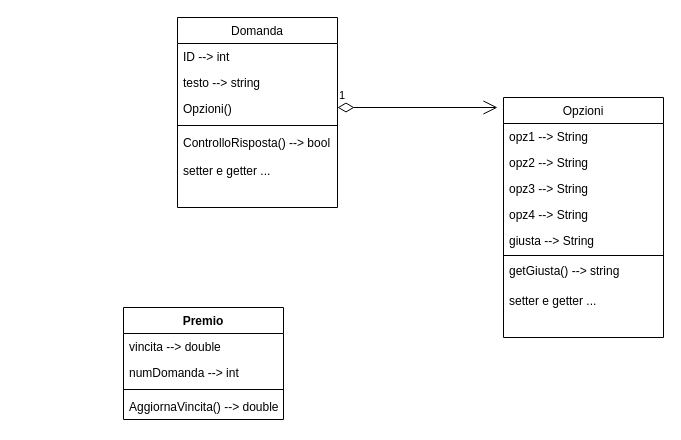
The draw.io diagram Diagramma delle classi.drawio in FilloCaprari/Progetto-Info, before the edit. Source tidied: cells renumbered, new cells numbered last; positions are measured from the earlier drawing's top-left corner, leaving out a move shared by most shapes. Both pictures are drawn from the tidied source at 100%, with x=0, y=0 at pixel (123, 17).
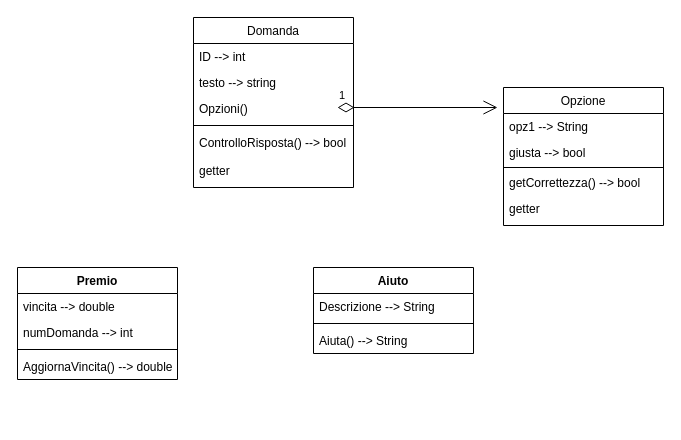
Above is the later version.

Commit message:
UPD Aggiornato e corretto il diagramma delle classi

Change to the diagram source:
```diff
@@
     <mxCell id="2" value="Domanda" style="swimlane;fontStyle=0;align=center;verticalAlign=top;horizontal=1;startSize=26;rounded=0;shadow=0;strokeWidth=1;" parent="1" vertex="1">
-      <mxGeometry x="54" width="160" height="190" as="geometry" />
+      <mxGeometry x="70" width="160" height="170" as="geometry" />
     </mxCell>
@@
-    <mxCell id="8" value="setter e getter ..." style="text;align=left;verticalAlign=top;spacingLeft=4;spacingRight=4;overflow=hidden;" parent="2" vertex="1">
+    <mxCell id="8" value="getter" style="text;align=left;verticalAlign=top;spacingLeft=4;spacingRight=4;overflow=hidden;" parent="2" vertex="1">
       <mxGeometry y="140" width="160" height="30" as="geometry" />
     </mxCell>
-    <mxCell id="9" value="Opzioni" style="swimlane;fontStyle=0;align=center;verticalAlign=top;horizontal=1;startSize=26;rounded=0;shadow=0;strokeWidth=1;" parent="1" vertex="1">
-      <mxGeometry x="380" y="80" width="160" height="240" as="geometry" />
+    <mxCell id="9" value="Opzione" style="swimlane;fontStyle=0;align=center;verticalAlign=top;horizontal=1;startSize=26;rounded=0;shadow=0;strokeWidth=1;" parent="1" vertex="1">
+      <mxGeometry x="380" y="70" width="160" height="138" as="geometry" />
     </mxCell>
@@
-    <mxCell id="11" value="opz2 --&gt; String" style="text;align=left;verticalAlign=top;spacingLeft=4;spacingRight=4;overflow=hidden;rounded=0;shadow=0;html=0;" parent="9" vertex="1">
-      <mxGeometry y="52" width="160" height="26" as="geometry" />
-    </mxCell>
-    <mxCell id="12" value="opz3 --&gt; String" style="text;align=left;verticalAlign=top;spacingLeft=4;spacingRight=4;overflow=hidden;rounded=0;shadow=0;html=0;" parent="9" vertex="1">
-      <mxGeometry y="78" width="160" height="26" as="geometry" />
-    </mxCell>
-    <mxCell id="13" value="opz4 --&gt; String" style="text;align=left;verticalAlign=top;spacingLeft=4;spacingRight=4;overflow=hidden;rounded=0;shadow=0;html=0;" parent="9" vertex="1">
-      <mxGeometry y="104" width="160" height="26" as="geometry" />
-    </mxCell>
-    <mxCell id="14" value="giusta --&gt; String" style="text;align=left;verticalAlign=top;spacingLeft=4;spacingRight=4;overflow=hidden;rounded=0;shadow=0;html=0;" parent="9" vertex="1">
-      <mxGeometry y="130" width="160" height="26" as="geometry" />
+    <mxCell id="14" value="giusta --&gt; bool" style="text;align=left;verticalAlign=top;spacingLeft=4;spacingRight=4;overflow=hidden;rounded=0;shadow=0;html=0;" parent="9" vertex="1">
+      <mxGeometry y="52" width="160" height="26" as="geometry" />
     </mxCell>
     <mxCell id="15" style="line;html=1;strokeWidth=1;align=left;verticalAlign=middle;spacingTop=-1;spacingLeft=3;spacingRight=3;labelPosition=right;" parent="9" vertex="1">
-      <mxGeometry y="156" width="160" height="4" as="geometry" />
+      <mxGeometry y="78" width="160" height="4" as="geometry" />
     </mxCell>
-    <mxCell id="16" value="getGiusta() --&gt; string" style="text;align=left;verticalAlign=top;spacingLeft=4;spacingRight=4;overflow=hidden;" parent="9" vertex="1">
-      <mxGeometry y="160" width="160" height="30" as="geometry" />
-    </mxCell>
-    <mxCell id="17" value="setter e getter ..." style="text;align=left;verticalAlign=top;spacingLeft=4;spacingRight=4;overflow=hidden;" parent="9" vertex="1">
-      <mxGeometry y="190" width="160" height="26" as="geometry" />
+    <mxCell id="17" value="getCorrettezza() --&gt; bool" style="text;align=left;verticalAlign=top;spacingLeft=4;spacingRight=4;overflow=hidden;" parent="9" vertex="1">
+      <mxGeometry y="82" width="160" height="26" as="geometry" />
     </mxCell>
+    <mxCell id="24" value="getter" style="text;align=left;verticalAlign=top;spacingLeft=4;spacingRight=4;overflow=hidden;" parent="9" vertex="1">
+      <mxGeometry y="108" width="160" height="30" as="geometry" />
+    </mxCell>
@@
     <mxCell id="19" value="Premio" style="swimlane;fontStyle=1;align=center;verticalAlign=top;horizontal=1;startSize=26;whiteSpace=wrap;html=1;" parent="1" vertex="1">
-      <mxGeometry y="290" width="160" height="112" as="geometry" />
+      <mxGeometry x="-106" y="250" width="160" height="112" as="geometry" />
     </mxCell>
@@
+    <mxCell id="25" value="Aiuto" style="swimlane;fontStyle=1;align=center;verticalAlign=top;horizontal=1;startSize=26;whiteSpace=wrap;html=1;" parent="1" vertex="1">
+      <mxGeometry x="190" y="250" width="160" height="86" as="geometry" />
+    </mxCell>
+    <mxCell id="26" value="Descrizione --&amp;gt; String" style="text;strokeColor=none;fillColor=none;align=left;verticalAlign=top;spacingLeft=4;spacingRight=4;overflow=hidden;whiteSpace=wrap;html=1;" parent="25" vertex="1">
+      <mxGeometry y="26" width="160" height="26" as="geometry" />
+    </mxCell>
+    <mxCell id="27" style="line;strokeWidth=1;fillColor=none;align=left;verticalAlign=middle;spacingTop=-1;spacingLeft=3;spacingRight=3;labelPosition=right;strokeColor=inherit;" parent="25" vertex="1">
+      <mxGeometry y="52" width="160" height="8" as="geometry" />
+    </mxCell>
+    <mxCell id="28" value="Aiuta() --&amp;gt; String" style="text;strokeColor=none;fillColor=none;align=left;verticalAlign=top;spacingLeft=4;spacingRight=4;overflow=hidden;whiteSpace=wrap;html=1;" parent="25" vertex="1">
+      <mxGeometry y="60" width="160" height="26" as="geometry" />
+    </mxCell>
```
